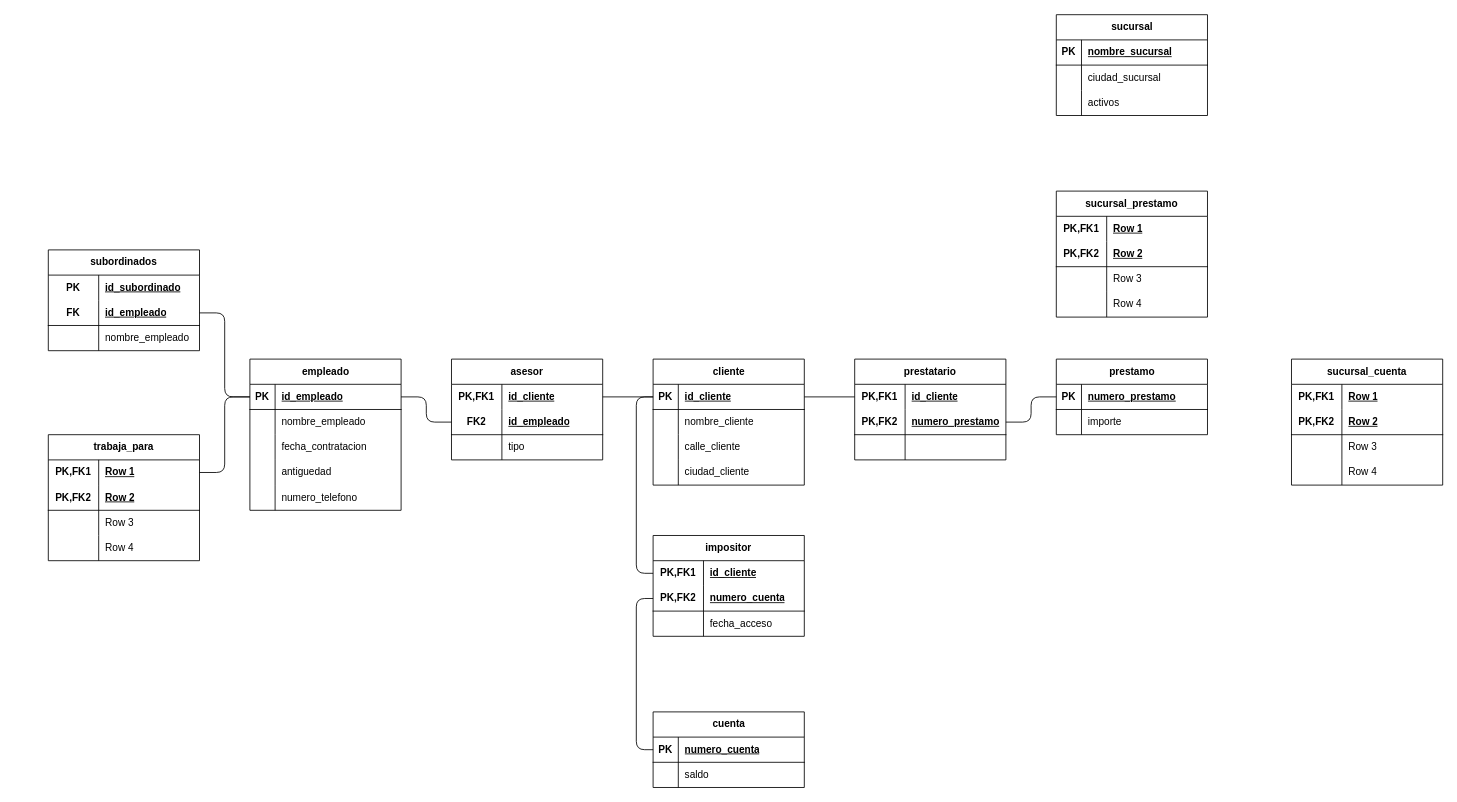
This is Activity-Relational-Diagram.drawio from xmr-p/DatabaseCharts, a draw.io file, before an edit. Source tidied: cells renumbered, new cells numbered last; positions are measured from the earlier drawing's top-left corner, leaving out a move shared by most shapes. Both pictures are drawn from the tidied source at 84%, with x=0, y=0 at pixel (48, 14).
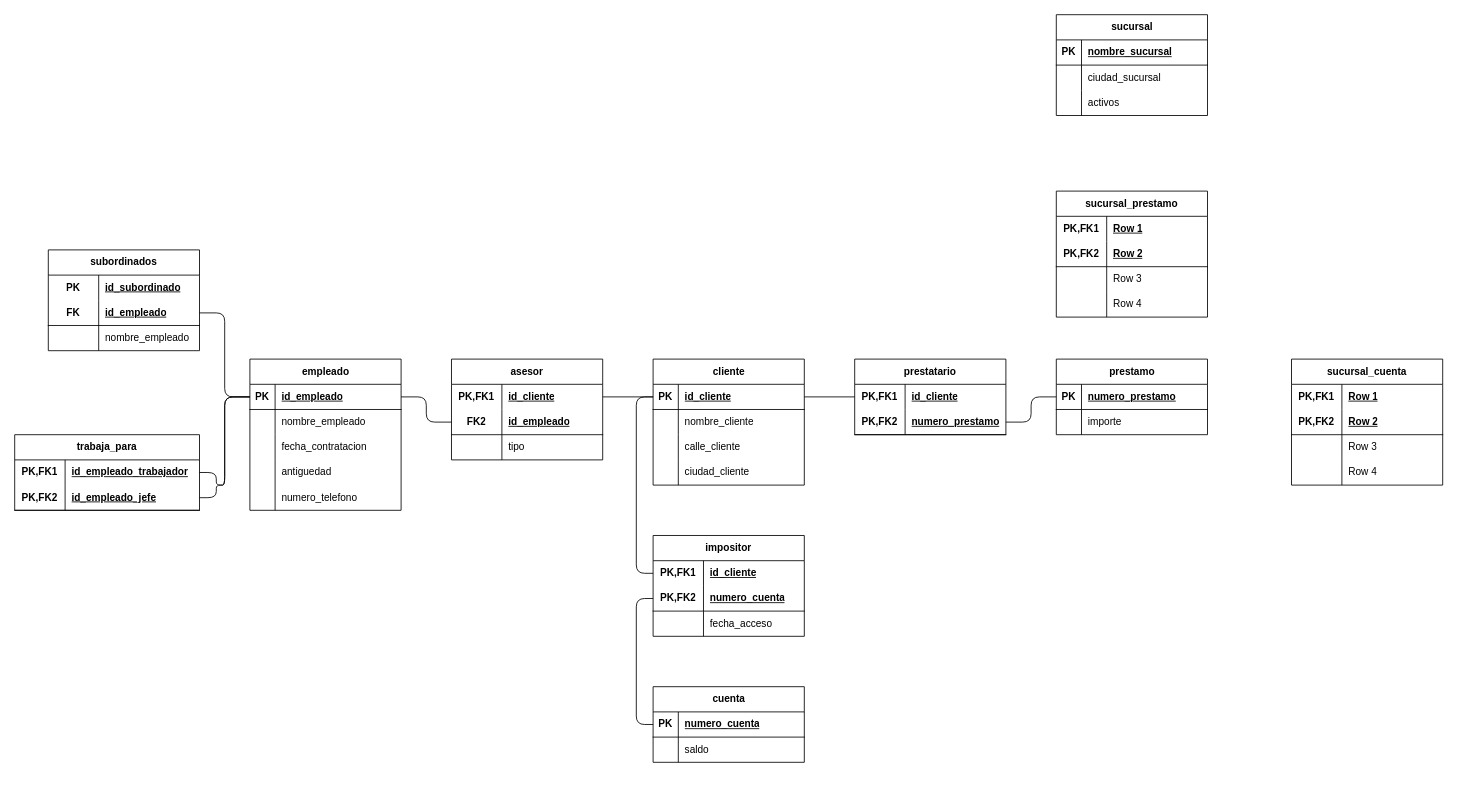
The same diagram, later.

Unchanged cells that the change refers to:
```xml
<mxCell id="3" style="shape=tableRow;horizontal=0;startSize=0;swimlaneHead=0;swimlaneBody=0;fillColor=none;points=[[0,0.5],[1,0.5]];portConstraint=eastwest;top=0;left=0;right=0;bottom=1;" parent="2" vertex="1">
  <mxGeometry y="30" width="180" height="30" as="geometry" />
</mxCell>
<mxCell id="43" style="shape=tableRow;horizontal=0;startSize=0;swimlaneHead=0;swimlaneBody=0;fillColor=none;points=[[0,0.5],[1,0.5]];portConstraint=eastwest;top=0;left=0;right=0;bottom=1;" parent="42" vertex="1">
  <mxGeometry y="30" width="180" height="30" as="geometry" />
</mxCell>
<mxCell id="59" style="shape=tableRow;horizontal=0;startSize=0;swimlaneHead=0;swimlaneBody=0;fillColor=none;points=[[0,0.5],[1,0.5]];portConstraint=eastwest;top=0;left=0;right=0;bottom=0;html=1;" parent="58" vertex="1">
  <mxGeometry y="30" width="180" height="30" as="geometry" />
</mxCell>
```

What changed in the source:
```diff
@@
     <mxCell id="22" value="prestatario" style="shape=table;startSize=30;childLayout=tableLayout;rowLines=0;fontStyle=1;align=center;html=1;whiteSpace=wrap;" parent="1" vertex="1">
-      <mxGeometry x="960" y="410" width="180" height="120" as="geometry" />
+      <mxGeometry x="960" y="410" width="180" height="90" as="geometry" />
     </mxCell>
@@
-    <mxCell id="29" style="shape=tableRow;horizontal=0;startSize=0;swimlaneHead=0;swimlaneBody=0;fillColor=none;top=0;left=0;right=0;bottom=0;html=1;" parent="22" vertex="1">
-      <mxGeometry y="90" width="180" height="30" as="geometry" />
-    </mxCell>
-    <mxCell id="30" style="shape=partialRectangle;fillColor=none;top=0;left=0;bottom=0;right=0;overflow=hidden;html=1;whiteSpace=wrap;" parent="29" vertex="1">
-      <mxGeometry width="60" height="30" as="geometry" />
-    </mxCell>
-    <mxCell id="31" style="shape=partialRectangle;fillColor=none;top=0;left=0;bottom=0;right=0;align=left;spacingLeft=6;overflow=hidden;html=1;whiteSpace=wrap;" parent="29" vertex="1">
-      <mxGeometry x="60" width="120" height="30" as="geometry" />
-    </mxCell>
@@
     <mxCell id="68" value="cuenta" style="shape=table;startSize=30;childLayout=tableLayout;rowLines=0;fontStyle=1;align=center;html=1;" parent="1" vertex="1">
-      <mxGeometry x="720" y="830" width="180" height="90" as="geometry" />
+      <mxGeometry x="720" y="800" width="180" height="90" as="geometry" />
     </mxCell>
@@
     <mxCell id="112" value="trabaja_para" style="shape=table;startSize=30;childLayout=tableLayout;rowLines=0;fontStyle=1;align=center;html=1;whiteSpace=wrap;" parent="1" vertex="1">
-      <mxGeometry y="500" width="180" height="150" as="geometry" />
+      <mxGeometry x="-40" y="500" width="220" height="90" as="geometry" />
     </mxCell>
     <mxCell id="113" style="shape=tableRow;horizontal=0;startSize=0;swimlaneHead=0;swimlaneBody=0;fillColor=none;points=[[0,0.5],[1,0.5]];portConstraint=eastwest;top=0;left=0;right=0;bottom=0;html=1;" parent="112" vertex="1">
-      <mxGeometry y="30" width="180" height="30" as="geometry" />
+      <mxGeometry y="30" width="220" height="30" as="geometry" />
     </mxCell>
@@
-    <mxCell id="115" value="Row 1" style="shape=partialRectangle;fillColor=none;top=0;left=0;bottom=0;right=0;align=left;spacingLeft=6;fontStyle=5;overflow=hidden;html=1;whiteSpace=wrap;" parent="113" vertex="1">
-      <mxGeometry x="60" width="120" height="30" as="geometry" />
+    <mxCell id="115" value="id_empleado_trabajador" style="shape=partialRectangle;fillColor=none;top=0;left=0;bottom=0;right=0;align=left;spacingLeft=6;fontStyle=5;overflow=hidden;html=1;whiteSpace=wrap;" parent="113" vertex="1">
+      <mxGeometry x="60" width="160" height="30" as="geometry" />
     </mxCell>
     <mxCell id="116" style="shape=tableRow;horizontal=0;startSize=0;swimlaneHead=0;swimlaneBody=0;fillColor=none;points=[[0,0.5],[1,0.5]];portConstraint=eastwest;top=0;left=0;right=0;bottom=1;html=1;" parent="112" vertex="1">
-      <mxGeometry y="60" width="180" height="30" as="geometry" />
+      <mxGeometry y="60" width="220" height="30" as="geometry" />
     </mxCell>
@@
-    <mxCell id="118" value="Row 2" style="shape=partialRectangle;fillColor=none;top=0;left=0;bottom=0;right=0;align=left;spacingLeft=6;fontStyle=5;overflow=hidden;html=1;whiteSpace=wrap;" parent="116" vertex="1">
-      <mxGeometry x="60" width="120" height="30" as="geometry" />
+    <mxCell id="118" value="id_empleado_jefe" style="shape=partialRectangle;fillColor=none;top=0;left=0;bottom=0;right=0;align=left;spacingLeft=6;fontStyle=5;overflow=hidden;html=1;whiteSpace=wrap;" parent="116" vertex="1">
+      <mxGeometry x="60" width="160" height="30" as="geometry" />
     </mxCell>
-    <mxCell id="119" style="shape=tableRow;horizontal=0;startSize=0;swimlaneHead=0;swimlaneBody=0;fillColor=none;top=0;left=0;right=0;bottom=0;html=1;" parent="112" vertex="1">
-      <mxGeometry y="90" width="180" height="30" as="geometry" />
-    </mxCell>
-    <mxCell id="120" style="shape=partialRectangle;fillColor=none;top=0;left=0;bottom=0;right=0;overflow=hidden;html=1;whiteSpace=wrap;" parent="119" vertex="1">
-      <mxGeometry width="60" height="30" as="geometry" />
-    </mxCell>
-    <mxCell id="121" value="Row 3" style="shape=partialRectangle;fillColor=none;top=0;left=0;bottom=0;right=0;align=left;spacingLeft=6;overflow=hidden;html=1;whiteSpace=wrap;" parent="119" vertex="1">
-      <mxGeometry x="60" width="120" height="30" as="geometry" />
-    </mxCell>
-    <mxCell id="122" style="shape=tableRow;horizontal=0;startSize=0;swimlaneHead=0;swimlaneBody=0;fillColor=none;top=0;left=0;right=0;bottom=0;html=1;" parent="112" vertex="1">
-      <mxGeometry y="120" width="180" height="30" as="geometry" />
-    </mxCell>
-    <mxCell id="123" style="shape=partialRectangle;fillColor=none;top=0;left=0;bottom=0;right=0;overflow=hidden;html=1;whiteSpace=wrap;" parent="122" vertex="1">
-      <mxGeometry width="60" height="30" as="geometry" />
-    </mxCell>
-    <mxCell id="124" value="Row 4" style="shape=partialRectangle;fillColor=none;top=0;left=0;bottom=0;right=0;align=left;spacingLeft=6;overflow=hidden;html=1;whiteSpace=wrap;" parent="122" vertex="1">
-      <mxGeometry x="60" width="120" height="30" as="geometry" />
-    </mxCell>
-    <mxCell id="125" style="edgeStyle=orthogonalEdgeStyle;rounded=1;jettySize=auto;html=1;exitX=1;exitY=0.5;exitDx=0;exitDy=0;entryX=0;entryY=0.5;entryDx=0;entryDy=0;curved=0;endArrow=none;endFill=0;" parent="1" edge="1" source="113" target="43">
+    <mxCell id="125" style="edgeStyle=orthogonalEdgeStyle;rounded=1;jettySize=auto;html=1;entryX=0;entryY=0.5;entryDx=0;entryDy=0;curved=0;endArrow=none;endFill=0;exitX=1;exitY=0.5;exitDx=0;exitDy=0;" parent="1" edge="1" source="116" target="43">
       <mxGeometry relative="1" as="geometry">
         <Array as="points">
-          <mxPoint x="210" y="545" />
+          <mxPoint x="200" y="575" />
+          <mxPoint x="200" y="560" />
+          <mxPoint x="210" y="560" />
           <mxPoint x="210" y="455" />
         </Array>
       </mxGeometry>
     </mxCell>
@@
     <mxCell id="138" style="edgeStyle=orthogonalEdgeStyle;rounded=1;jettySize=auto;html=1;exitX=0;exitY=0.5;exitDx=0;exitDy=0;entryX=0;entryY=0.5;entryDx=0;entryDy=0;fontFamily=Helvetica;fontSize=12;fontColor=default;curved=0;endArrow=none;endFill=0;" parent="1" edge="1" source="3" target="59">
-      <mxGeometry relative="1" as="geometry" />
+      <mxGeometry relative="1" as="geometry">
+        <Array as="points">
+          <mxPoint x="700" y="455" />
+          <mxPoint x="700" y="665" />
+        </Array>
+      </mxGeometry>
     </mxCell>
@@
+    <mxCell id="142" style="edgeStyle=orthogonalEdgeStyle;rounded=1;jettySize=auto;html=1;entryX=0;entryY=0.5;entryDx=0;entryDy=0;fontFamily=Helvetica;fontSize=12;fontColor=default;curved=0;endArrow=none;endFill=0;exitX=1;exitY=0.5;exitDx=0;exitDy=0;" parent="1" edge="1" source="113" target="43">
+      <mxGeometry relative="1" as="geometry">
+        <Array as="points">
+          <mxPoint x="200" y="545" />
+          <mxPoint x="200" y="560" />
+          <mxPoint x="210" y="560" />
+          <mxPoint x="210" y="455" />
+        </Array>
+      </mxGeometry>
+    </mxCell>
```
